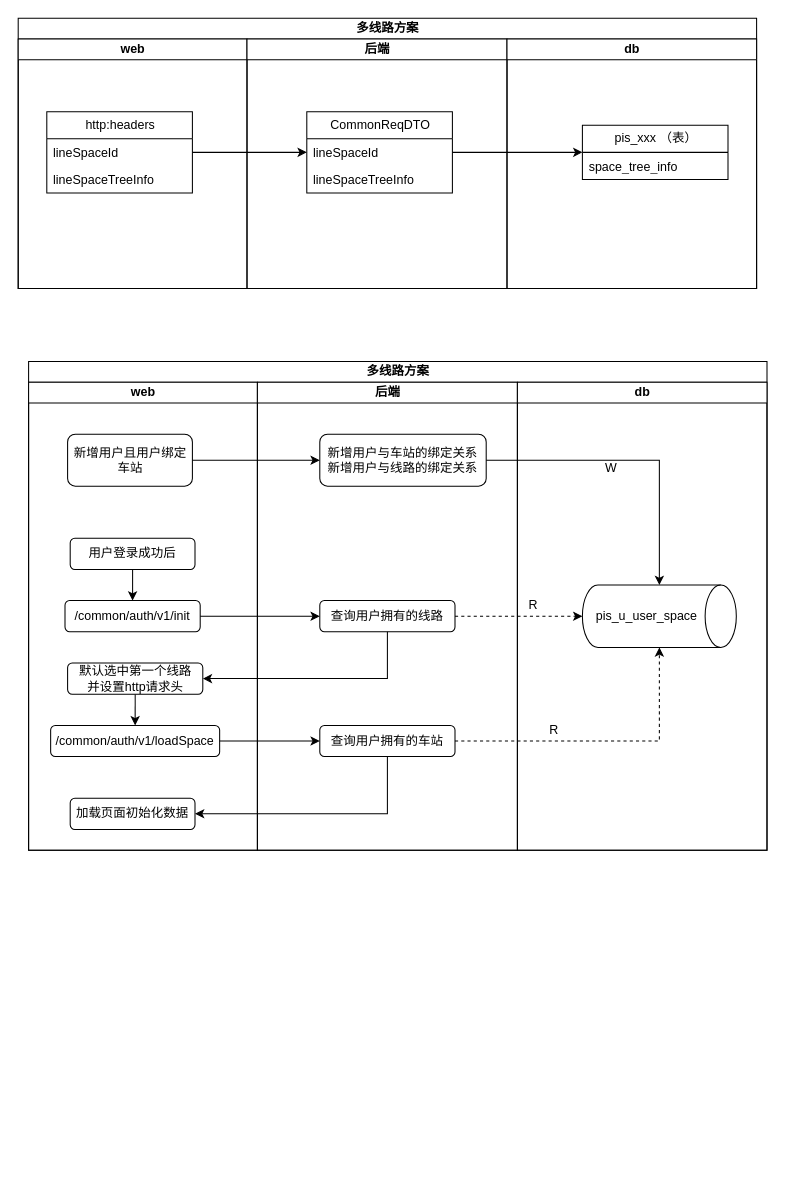
This is yzs/PIS服务器部署.drawio from yanglei1992/documents, a draw.io file, before an edit. Source tidied: cells renumbered, new cells numbered last; positions are measured from the earlier drawing's top-left corner, leaving out a move shared by most shapes. Both pictures are drawn from the tidied source at 104%, with x=0, y=0 at pixel (18, 18).
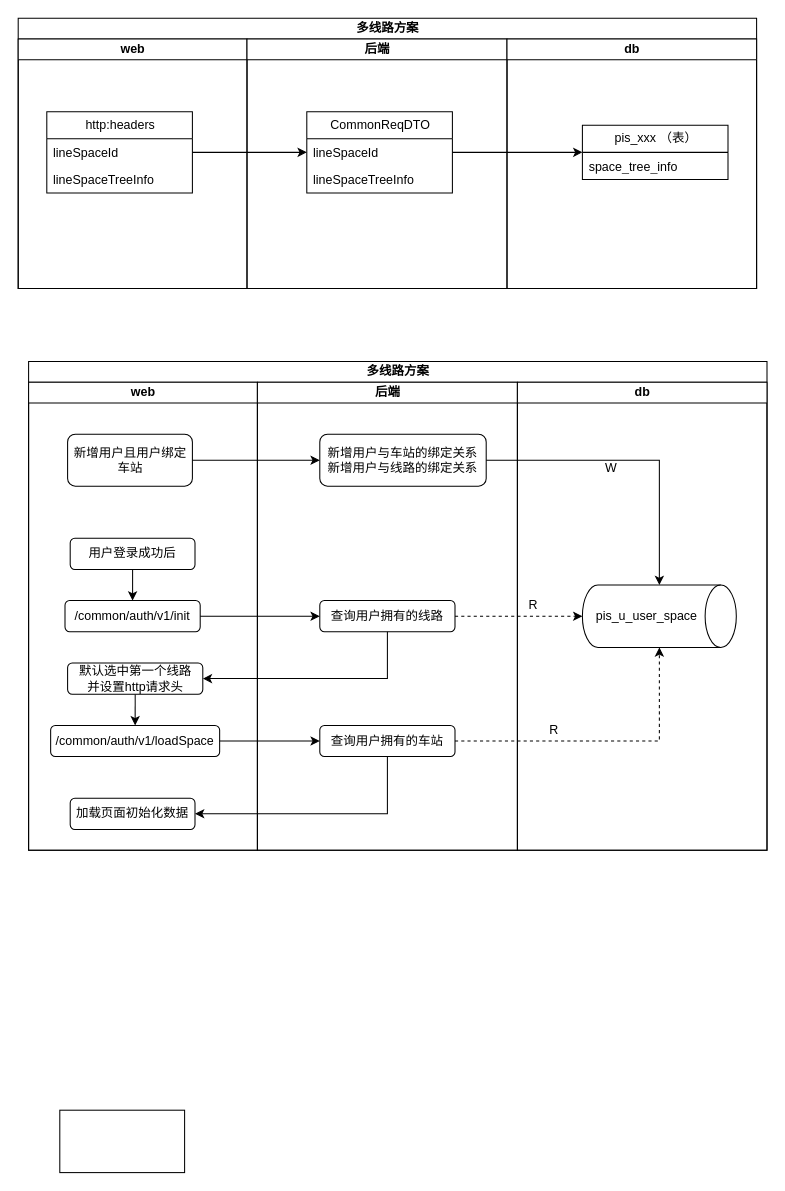
The same page after the edit.

Commit message:
更新PIS服务器部署.drawio

What changed in the source:
```diff
@@
+    <mxCell id="43" style="rounded=0;whiteSpace=wrap;html=1;" parent="1" vertex="1">
+      <mxGeometry x="40" y="1050" width="120" height="60" as="geometry" />
+    </mxCell>
```
